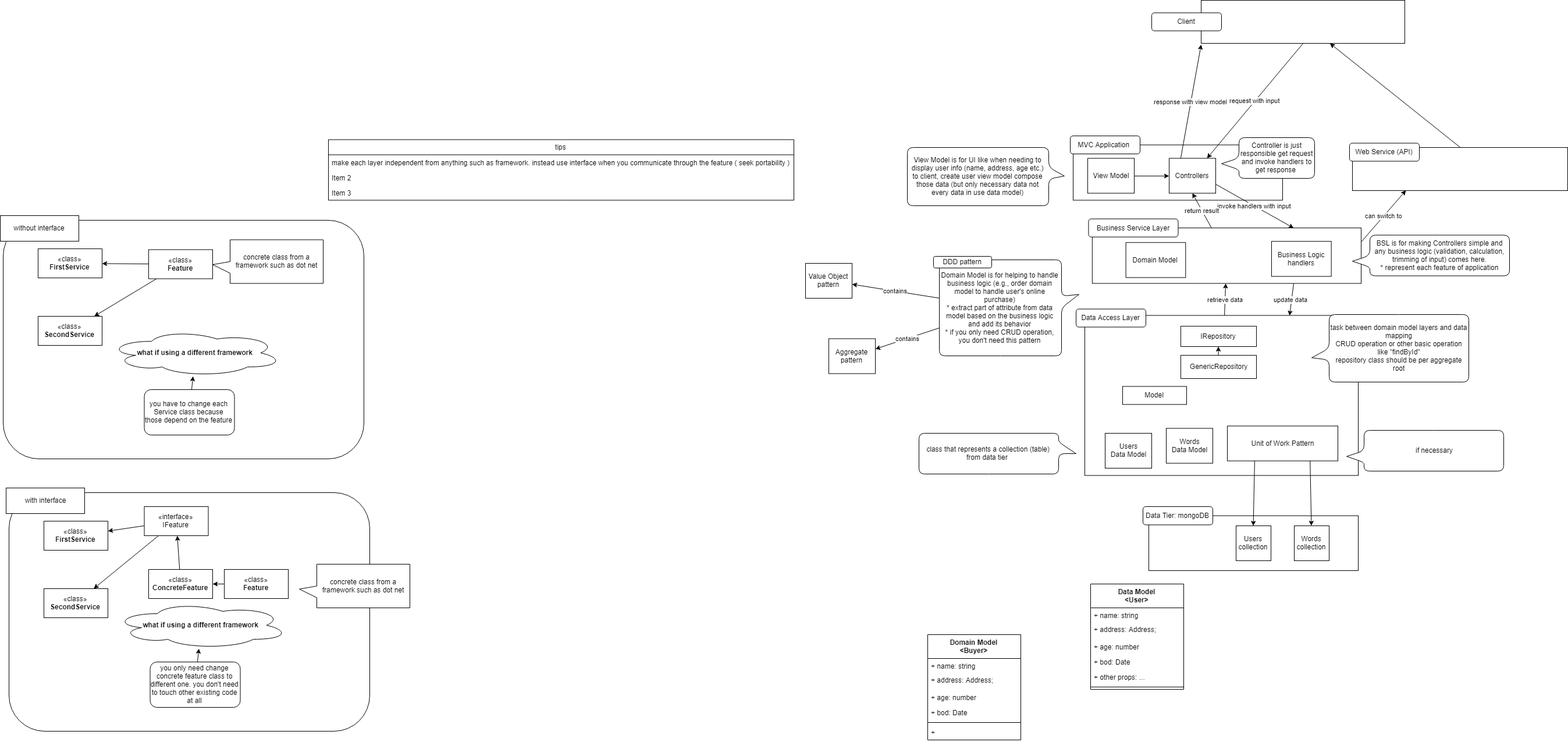
Above: vocabs.png in stsiwo/vocabs (draw.io), before the change. Source tidied: cells renumbered, new cells last; positions are measured from the earlier drawing's top-left corner, leaving out a move shared by most shapes.
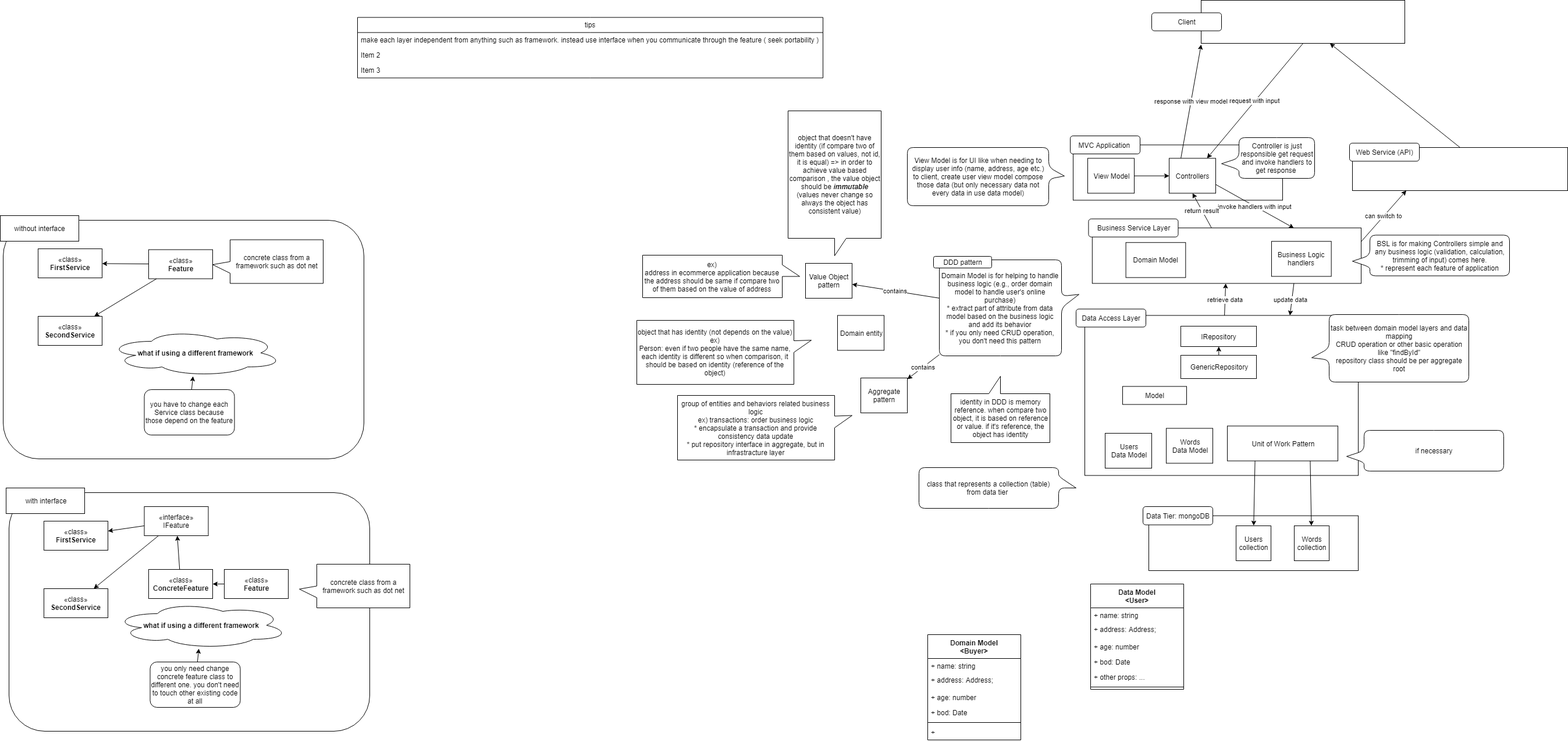
The same diagram one commit later.

Diff of the diagram source:
```diff
@@ -36,7 +36,7 @@
       <mxGeometry x="260" y="33" width="60" height="60" as="geometry" />
     </mxCell>
     <mxCell id="13" value="class that represents a collection (table) from data tier&amp;nbsp;" style="shape=callout;whiteSpace=wrap;html=1;perimeter=calloutPerimeter;rounded=1;direction=north;" parent="1" vertex="1">
-      <mxGeometry x="1579" y="744" width="270" height="70" as="geometry" />
+      <mxGeometry x="1579" y="803" width="270" height="70" as="geometry" />
     </mxCell>
     <mxCell id="14" value="task between domain model layers and data mapping&lt;br&gt;CRUD operation or other basic operation like &quot;findById&quot;&lt;br&gt;repository class should be per aggregate root&lt;br&gt;" style="shape=callout;whiteSpace=wrap;html=1;perimeter=calloutPerimeter;rounded=1;direction=south;position2=0.64;" parent="1" vertex="1">
       <mxGeometry x="2254" y="540" width="270" height="116" as="geometry" />
@@ -122,7 +122,7 @@
       <mxGeometry x="1384" y="452" width="80" height="60" as="geometry" />
     </mxCell>
     <mxCell id="41" value="Aggregate pattern" style="rounded=0;whiteSpace=wrap;html=1;" parent="1" vertex="1">
-      <mxGeometry x="1424" y="581.5" width="80" height="60" as="geometry" />
+      <mxGeometry x="1479" y="649" width="80" height="60" as="geometry" />
     </mxCell>
     <mxCell id="42" style="edgeStyle=none;rounded=0;html=1;exitX=0.5;exitY=0;jettySize=auto;" parent="1" edge="1" source="43" target="29">
       <mxGeometry relative="1" as="geometry" />
@@ -161,7 +161,7 @@
       <mxGeometry x="1929" y="663.5" width="110" height="31" as="geometry" />
     </mxCell>
     <mxCell id="54" value="tips" style="swimlane;fontStyle=0;horizontal=1;startSize=26;fillColor=none;" parent="1" vertex="1">
-      <mxGeometry x="564" y="239.5" width="800" height="104" as="geometry" />
+      <mxGeometry x="614" y="29.4" width="800" height="104" as="geometry" />
     </mxCell>
     <mxCell id="55" value="make each layer independent from anything such as framework. instead use interface when you communicate through the feature ( seek portability )" style="text;strokeColor=none;fillColor=none;align=left;verticalAlign=top;spacingLeft=4;spacingRight=4;overflow=hidden;" parent="54" vertex="1">
       <mxGeometry y="26" width="800" height="26" as="geometry" />
@@ -292,5 +292,23 @@
     <mxCell id="97" value="DDD pattern" style="rounded=1;whiteSpace=wrap;html=1;" parent="1" vertex="1">
       <mxGeometry x="1604" y="440" width="100" height="20" as="geometry" />
     </mxCell>
+    <mxCell id="98" value="object that doesn't have identity (if compare two of them based on values, not id, it is equal) =&amp;gt; in order to achieve value based comparison , the value object should be &lt;b style=&quot;font-style: italic&quot;&gt;immutable &lt;/b&gt;(values never change so always the object has consistent value)" style="shape=callout;whiteSpace=wrap;html=1;perimeter=calloutPerimeter;" parent="1" vertex="1">
+      <mxGeometry x="1354" y="190" width="160" height="249" as="geometry" />
+    </mxCell>
+    <mxCell id="99" value="ex)&lt;br&gt;address in ecommerce application because the address should be same if compare two of them based on the value of address&lt;br&gt;" style="shape=callout;whiteSpace=wrap;html=1;perimeter=calloutPerimeter;direction=north;rotation=0;" parent="1" vertex="1">
+      <mxGeometry x="1104" y="438" width="270" height="73" as="geometry" />
+    </mxCell>
+    <mxCell id="100" value="Domain entity" style="rounded=0;whiteSpace=wrap;html=1;" parent="1" vertex="1">
+      <mxGeometry x="1439" y="541.5" width="80" height="60" as="geometry" />
+    </mxCell>
+    <mxCell id="101" value="object that has identity (not depends on the value)&lt;br&gt;ex)&lt;br&gt;Person: even if two people have the same name, each identity is different so when comparison, it should be based on identity (reference of the object)&lt;br&gt;" style="shape=callout;whiteSpace=wrap;html=1;perimeter=calloutPerimeter;direction=north;position2=0.69;" parent="1" vertex="1">
+      <mxGeometry x="1094" y="550" width="300" height="110" as="geometry" />
+    </mxCell>
+    <mxCell id="102" value="identity in DDD is memory reference. when compare two object, it is based on reference or value. if it's reference, the object has identity" style="shape=callout;whiteSpace=wrap;html=1;perimeter=calloutPerimeter;direction=west;" parent="1" vertex="1">
+      <mxGeometry x="1634" y="646" width="170" height="114" as="geometry" />
+    </mxCell>
+    <mxCell id="103" value="group of entities and behaviors related business logic&lt;br&gt;ex) transactions: order business logic&lt;br&gt;* encapsulate a transaction and provide consistency data update&lt;br&gt;* put repository interface in aggregate, but in infrastracture layer&lt;br&gt;" style="shape=callout;whiteSpace=wrap;html=1;perimeter=calloutPerimeter;direction=north;position2=0.69;" parent="1" vertex="1">
+      <mxGeometry x="1164" y="679" width="300" height="111" as="geometry" />
+    </mxCell>
   </root>
 </mxGraphModel>
```
